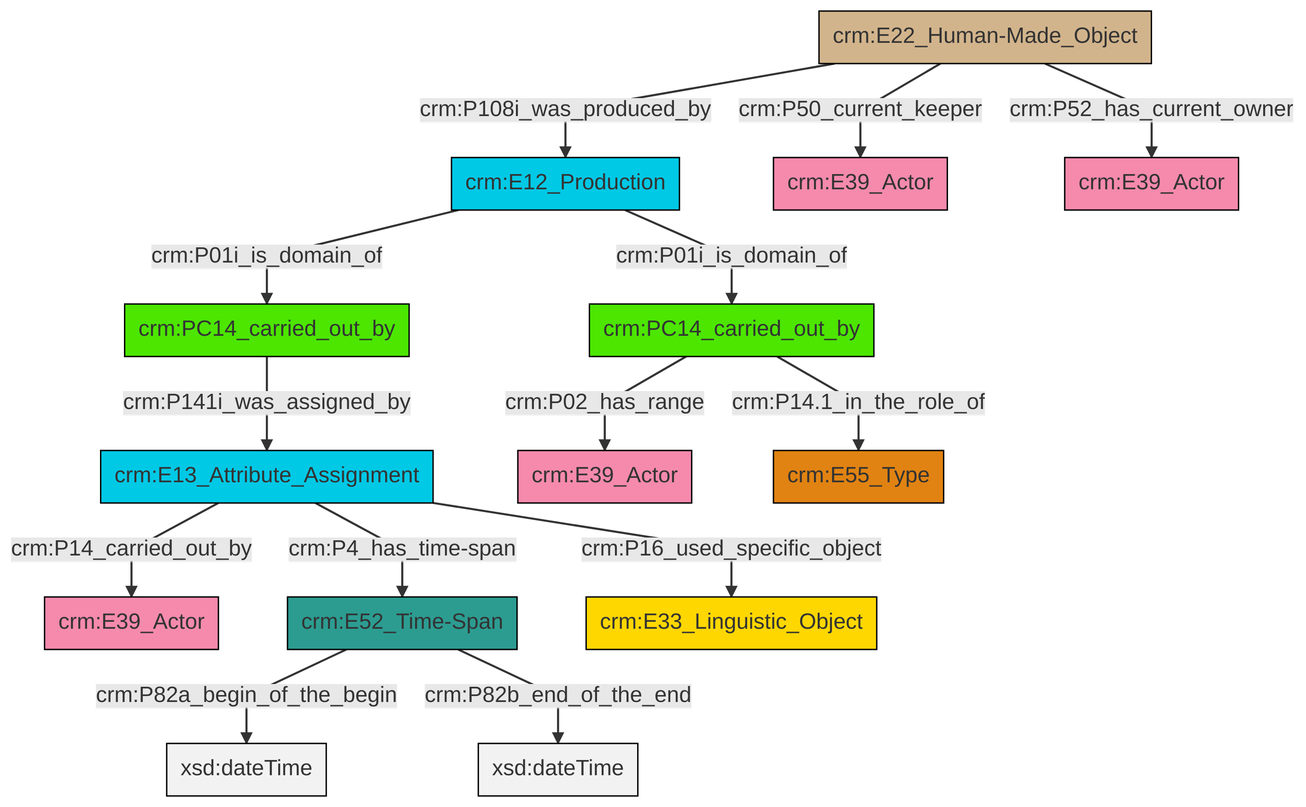
The Mermaid diagram et/carrierCSV/ttl/mmd/png/carrier_relations.png in swiss-art-research-net/docs.swissartresearch, before a commit. Its source is kept beside it as et/carrierCSV/ttl/mmd/carrier_relations.ttl.mmd.
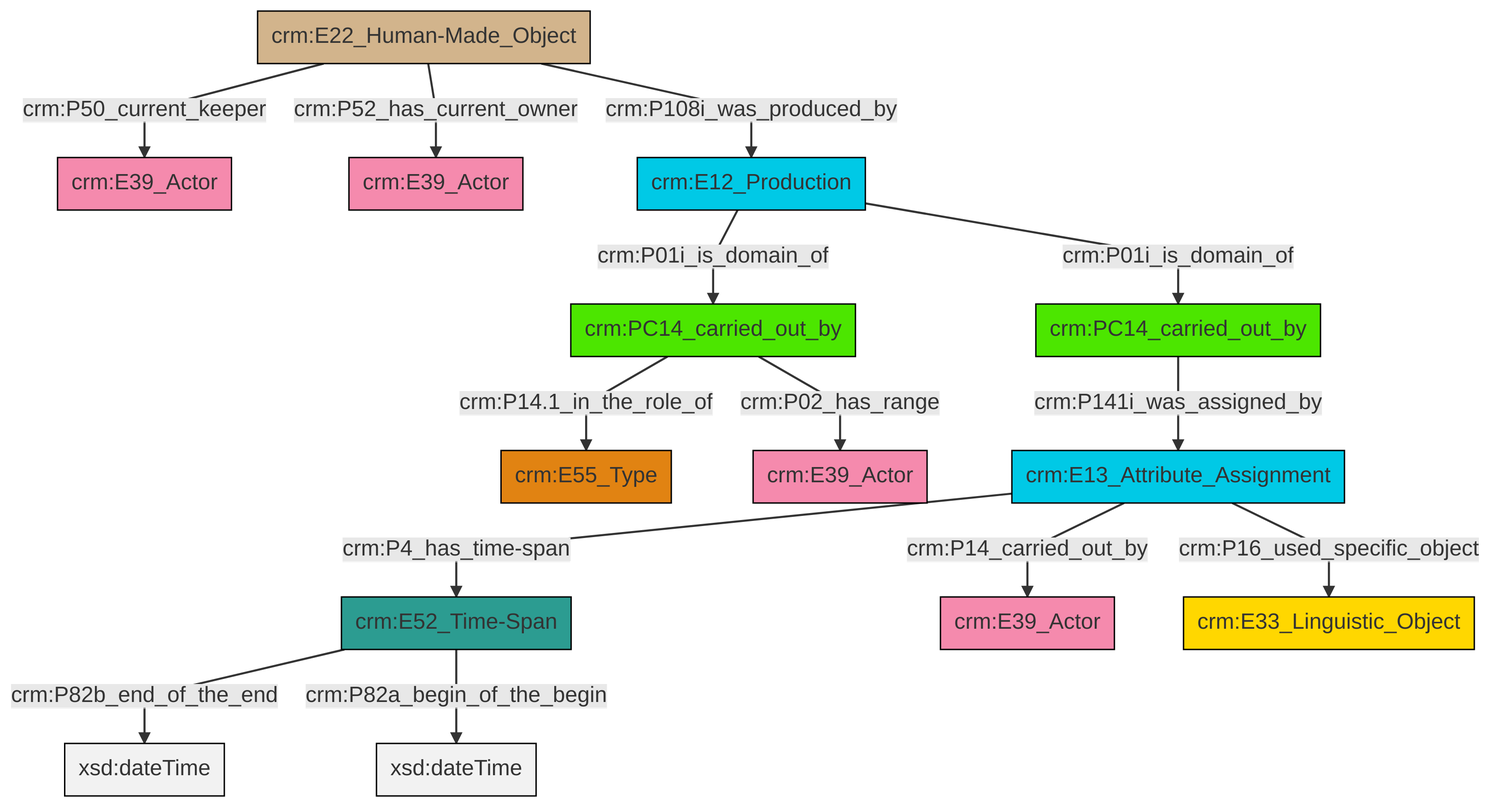
Later version of the same file.

Diff of the diagram source:
```diff
@@ -13,16 +13,16 @@
 classDef PC_Classes fill:#4ce600, stroke:#000000;
 classDef Multi fill:#cccccc,stroke:#000000;
 
-0["crm:PC14_carried_out_by"]:::PC_Classes -->|crm:P141i_was_assigned_by| 1["crm:E13_Attribute_Assignment"]:::Temporal_Entity
-2["crm:E22_Human-Made_Object"]:::Physical_Thing -->|crm:P108i_was_produced_by| 3["crm:E12_Production"]:::Temporal_Entity
-1["crm:E13_Attribute_Assignment"]:::Temporal_Entity -->|crm:P14_carried_out_by| 4["crm:E39_Actor"]:::Actor
-2["crm:E22_Human-Made_Object"]:::Physical_Thing -->|crm:P50_current_keeper| 9["crm:E39_Actor"]:::Actor
-7["crm:E52_Time-Span"]:::Time-Span -->|crm:P82a_begin_of_the_begin| 11[xsd:dateTime]:::Literal
-2["crm:E22_Human-Made_Object"]:::Physical_Thing -->|crm:P52_has_current_owner| 12["crm:E39_Actor"]:::Actor
-1["crm:E13_Attribute_Assignment"]:::Temporal_Entity -->|crm:P16_used_specific_object| 14["crm:E33_Linguistic_Object"]:::Conceptual_Object
-3["crm:E12_Production"]:::Temporal_Entity -->|crm:P01i_is_domain_of| 5["crm:PC14_carried_out_by"]:::PC_Classes
-5["crm:PC14_carried_out_by"]:::PC_Classes -->|crm:P14.1_in_the_role_of| 21["crm:E55_Type"]:::Type
-5["crm:PC14_carried_out_by"]:::PC_Classes -->|crm:P02_has_range| 18["crm:E39_Actor"]:::Actor
-1["crm:E13_Attribute_Assignment"]:::Temporal_Entity -->|crm:P4_has_time-span| 7["crm:E52_Time-Span"]:::Time-Span
-7["crm:E52_Time-Span"]:::Time-Span -->|crm:P82b_end_of_the_end| 23[xsd:dateTime]:::Literal
-3["crm:E12_Production"]:::Temporal_Entity -->|crm:P01i_is_domain_of| 0["crm:PC14_carried_out_by"]:::PC_Classes
+2["crm:E22_Human-Made_Object"]:::Physical_Thing -->|crm:P108i_was_produced_by| 6["crm:E12_Production"]:::Temporal_Entity
+7["crm:E52_Time-Span"]:::Time-Span -->|crm:P82b_end_of_the_end| 8[xsd:dateTime]:::Literal
+2["crm:E22_Human-Made_Object"]:::Physical_Thing -->|crm:P52_has_current_owner| 4["crm:E39_Actor"]:::Actor
+6["crm:E12_Production"]:::Temporal_Entity -->|crm:P01i_is_domain_of| 9["crm:PC14_carried_out_by"]:::PC_Classes
+12["crm:PC14_carried_out_by"]:::PC_Classes -->|crm:P02_has_range| 13["crm:E39_Actor"]:::Actor
+9["crm:PC14_carried_out_by"]:::PC_Classes -->|crm:P141i_was_assigned_by| 14["crm:E13_Attribute_Assignment"]:::Temporal_Entity
+14["crm:E13_Attribute_Assignment"]:::Temporal_Entity -->|crm:P14_carried_out_by| 16["crm:E39_Actor"]:::Actor
+12["crm:PC14_carried_out_by"]:::PC_Classes -->|crm:P14.1_in_the_role_of| 10["crm:E55_Type"]:::Type
+6["crm:E12_Production"]:::Temporal_Entity -->|crm:P01i_is_domain_of| 12["crm:PC14_carried_out_by"]:::PC_Classes
+14["crm:E13_Attribute_Assignment"]:::Temporal_Entity -->|crm:P16_used_specific_object| 21["crm:E33_Linguistic_Object"]:::Conceptual_Object
+2["crm:E22_Human-Made_Object"]:::Physical_Thing -->|crm:P50_current_keeper| 0["crm:E39_Actor"]:::Actor
+14["crm:E13_Attribute_Assignment"]:::Temporal_Entity -->|crm:P4_has_time-span| 7["crm:E52_Time-Span"]:::Time-Span
+7["crm:E52_Time-Span"]:::Time-Span -->|crm:P82a_begin_of_the_begin| 25[xsd:dateTime]:::Literal
```
